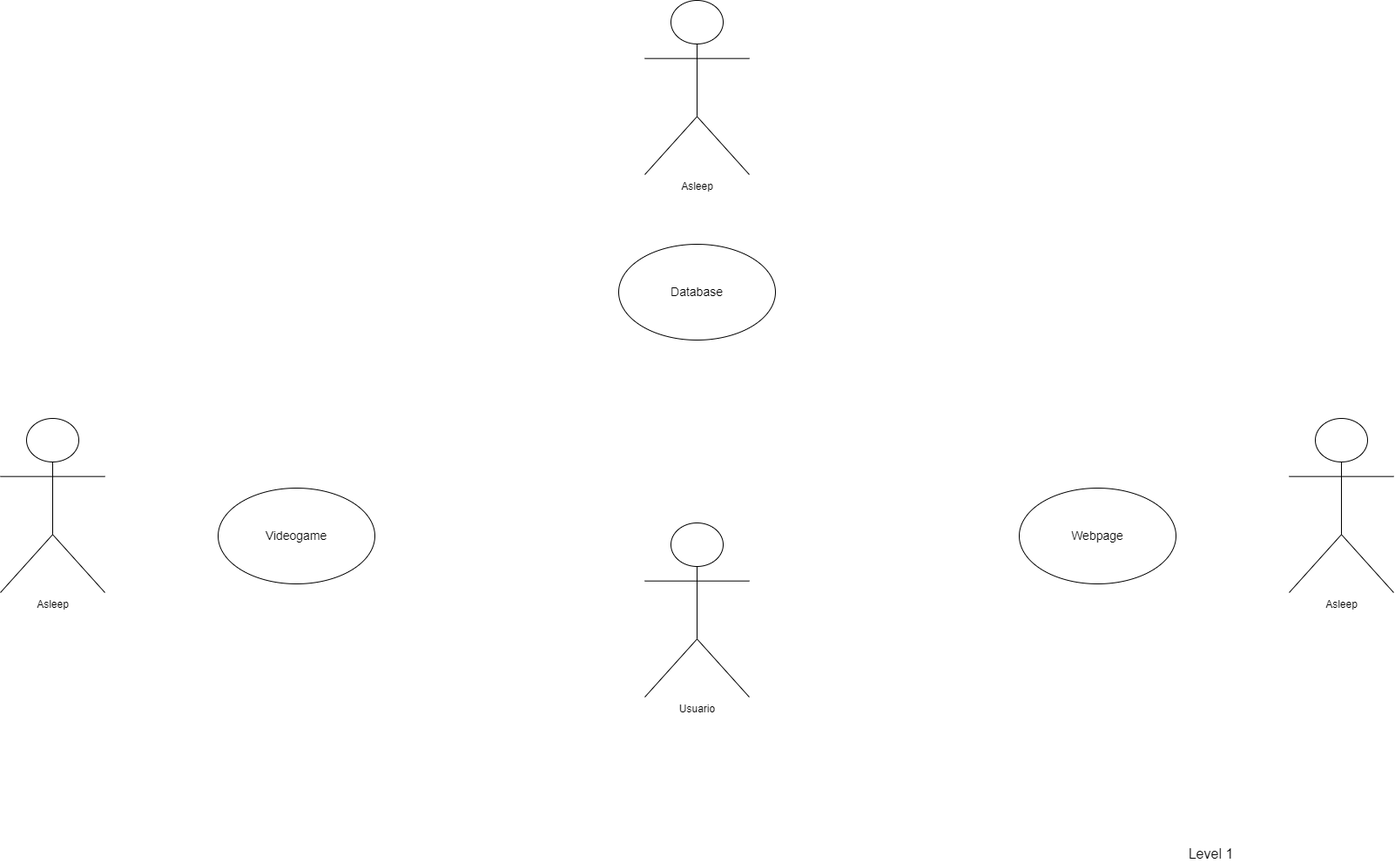
The draw.io diagram diagramas/CasosUso.drawio.png in sebasgonvitec/TC2005B_Equipo3, before a commit. Source tidied: cells renumbered, new cells last; positions are measured from the earlier drawing's top-left corner, leaving out a move shared by most shapes.
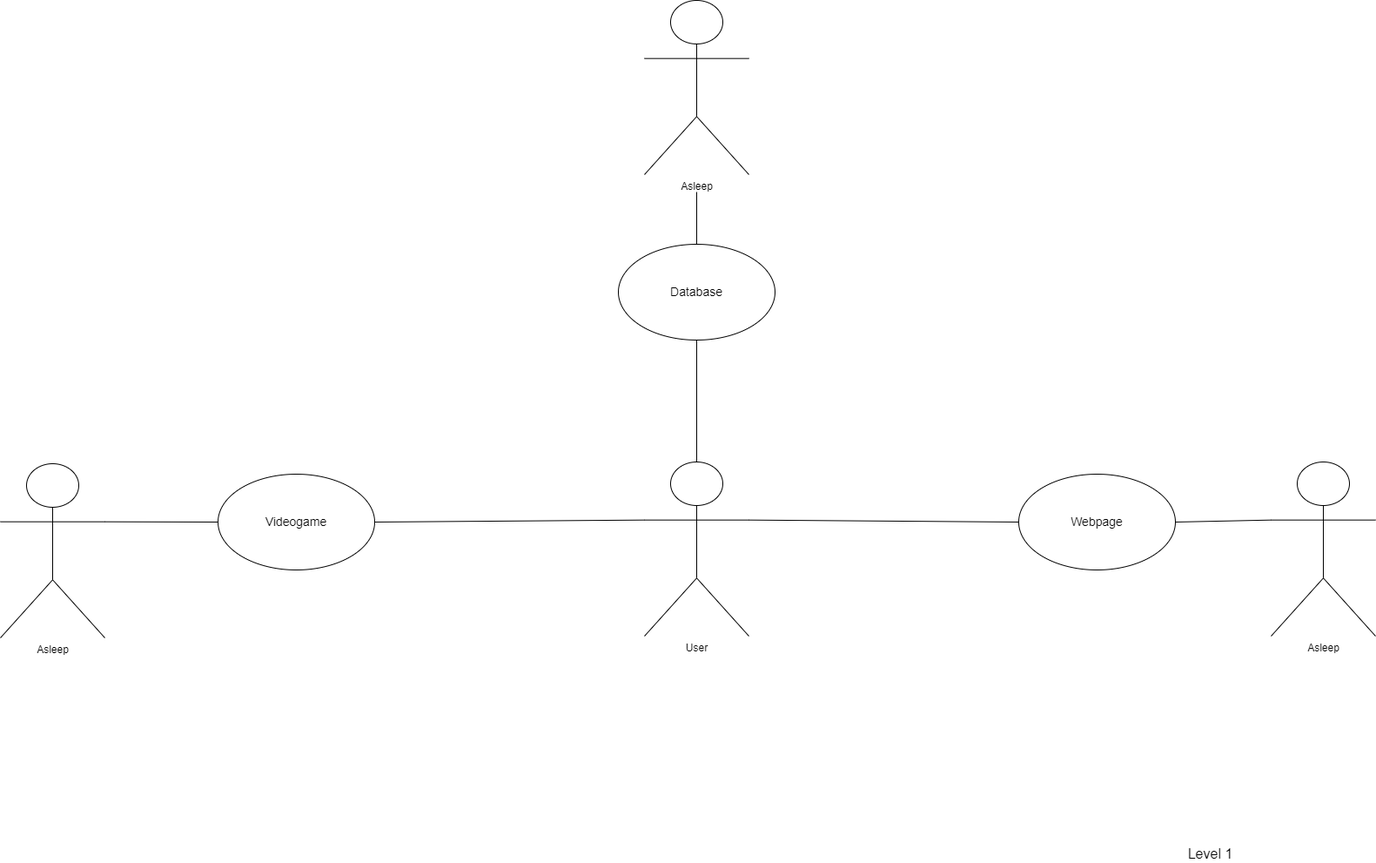
The same file after the commit.

The edit, as a diff of the source:
```diff
@@ -2,20 +2,20 @@
   <root>
     <mxCell id="0" />
     <mxCell id="1" parent="0" />
-    <mxCell id="2" value="Usuario" style="shape=umlActor;html=1;verticalLabelPosition=bottom;verticalAlign=top;align=center;" parent="1" vertex="1">
-      <mxGeometry x="740" y="600" width="120" height="200" as="geometry" />
+    <mxCell id="2" value="User" style="shape=umlActor;html=1;verticalLabelPosition=bottom;verticalAlign=top;align=center;" parent="1" vertex="1">
+      <mxGeometry x="740" y="530" width="120" height="200" as="geometry" />
     </mxCell>
     <mxCell id="3" value="Asleep&lt;br&gt;" style="shape=umlActor;html=1;verticalLabelPosition=bottom;verticalAlign=top;align=center;" parent="1" vertex="1">
-      <mxGeometry y="480" width="120" height="200" as="geometry" />
+      <mxGeometry y="532" width="120" height="200" as="geometry" />
     </mxCell>
     <mxCell id="4" value="&lt;font style=&quot;font-size: 14px&quot;&gt;Database&lt;br&gt;&lt;/font&gt;" style="ellipse;whiteSpace=wrap;html=1;" parent="1" vertex="1">
       <mxGeometry x="710" y="280" width="180" height="110" as="geometry" />
     </mxCell>
     <mxCell id="5" value="&lt;font style=&quot;font-size: 14px&quot;&gt;Webpage&lt;/font&gt;" style="ellipse;whiteSpace=wrap;html=1;" parent="1" vertex="1">
-      <mxGeometry x="1170" y="560" width="180" height="110" as="geometry" />
+      <mxGeometry x="1170" y="544" width="180" height="110" as="geometry" />
     </mxCell>
     <mxCell id="6" value="&lt;font style=&quot;font-size: 14px&quot;&gt;Videogame&lt;/font&gt;" style="ellipse;whiteSpace=wrap;html=1;" parent="1" vertex="1">
-      <mxGeometry x="250" y="560" width="180" height="110" as="geometry" />
+      <mxGeometry x="250" y="544" width="180" height="110" as="geometry" />
     </mxCell>
     <mxCell id="7" value="&lt;font style=&quot;font-size: 16px&quot;&gt;Level 1&lt;br&gt;&lt;/font&gt;" style="text;html=1;align=center;verticalAlign=middle;strokeColor=none;fillColor=none;fontSize=14;" parent="1" vertex="1">
       <mxGeometry x="1355" y="970" width="70" height="20" as="geometry" />
@@ -24,7 +24,27 @@
       <mxGeometry x="740" width="120" height="200" as="geometry" />
     </mxCell>
     <mxCell id="9" value="Asleep&lt;br&gt;" style="shape=umlActor;html=1;verticalLabelPosition=bottom;verticalAlign=top;align=center;" parent="1" vertex="1">
-      <mxGeometry x="1480" y="480" width="120" height="200" as="geometry" />
+      <mxGeometry x="1460" y="530" width="120" height="200" as="geometry" />
     </mxCell>
+    <mxCell id="10" style="endArrow=none;html=1;entryX=0.5;entryY=1;entryDx=0;entryDy=0;exitX=0.5;exitY=0;exitDx=0;exitDy=0;exitPerimeter=0;" parent="1" edge="1" source="2" target="4">
+      <mxGeometry relative="1" as="geometry" />
+    </mxCell>
+    <mxCell id="11" style="endArrow=none;html=1;exitX=1;exitY=0.5;exitDx=0;exitDy=0;entryX=0;entryY=0.3333333333333333;entryDx=0;entryDy=0;entryPerimeter=0;" parent="1" edge="1" source="6" target="2">
+      <mxGeometry relative="1" as="geometry" />
+    </mxCell>
+    <mxCell id="12" style="endArrow=none;html=1;exitX=1;exitY=0.3333333333333333;exitDx=0;exitDy=0;exitPerimeter=0;entryX=0;entryY=0.5;entryDx=0;entryDy=0;" parent="1" edge="1" source="2" target="5">
+      <mxGeometry relative="1" as="geometry" />
+    </mxCell>
+    <mxCell id="13" style="endArrow=none;html=1;exitX=1;exitY=0.3333333333333333;exitDx=0;exitDy=0;exitPerimeter=0;entryX=0;entryY=0.5;entryDx=0;entryDy=0;" parent="1" edge="1" source="3" target="6">
+      <mxGeometry relative="1" as="geometry" />
+    </mxCell>
+    <mxCell id="14" style="endArrow=none;html=1;exitX=1;exitY=0.5;exitDx=0;exitDy=0;entryX=0;entryY=0.3333333333333333;entryDx=0;entryDy=0;entryPerimeter=0;" parent="1" edge="1" source="5" target="9">
+      <mxGeometry relative="1" as="geometry" />
+    </mxCell>
+    <mxCell id="15" style="endArrow=none;html=1;exitX=0.5;exitY=0;exitDx=0;exitDy=0;" parent="1" edge="1" source="4">
+      <mxGeometry relative="1" as="geometry">
+        <mxPoint x="800" y="220" as="targetPoint" />
+      </mxGeometry>
+    </mxCell>
   </root>
 </mxGraphModel>
```
